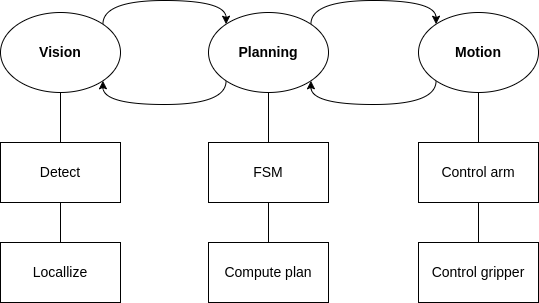
This is docs/tex/images/design-main.png from anhtuduong/UR5LegoVision, a draw.io export, as it was before one commit. Source tidied: cells renumbered, new cells last; positions are measured from the earlier drawing's top-left corner, leaving out a move shared by most shapes.
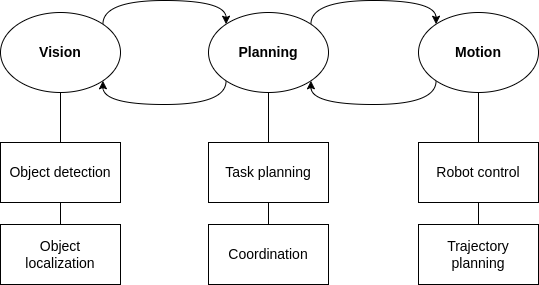
Above is the later version.

Diff of the diagram source:
```diff
@@ -43,11 +43,11 @@
     <mxCell id="8" value="&lt;font style=&quot;font-size: 14px;&quot;&gt;Planning&lt;/font&gt;" style="ellipse;whiteSpace=wrap;html=1;fontStyle=1;" parent="1" vertex="1">
       <mxGeometry x="208" y="12" width="120" height="80" as="geometry" />
     </mxCell>
-    <mxCell id="9" value="&lt;font style=&quot;font-size: 14px;&quot;&gt;Detect&lt;/font&gt;" style="rounded=0;whiteSpace=wrap;html=1;" parent="1" vertex="1">
+    <mxCell id="9" value="&lt;font style=&quot;font-size: 14px;&quot;&gt;Object detection&lt;/font&gt;" style="rounded=0;whiteSpace=wrap;html=1;" parent="1" vertex="1">
       <mxGeometry y="142" width="120" height="60" as="geometry" />
     </mxCell>
-    <mxCell id="10" value="&lt;font style=&quot;font-size: 14px;&quot;&gt;Locallize&lt;/font&gt;" style="rounded=0;whiteSpace=wrap;html=1;" parent="1" vertex="1">
-      <mxGeometry y="242" width="120" height="60" as="geometry" />
+    <mxCell id="10" value="&lt;font style=&quot;font-size: 14px;&quot;&gt;Object&lt;br&gt;localization&lt;/font&gt;" style="rounded=0;whiteSpace=wrap;html=1;" parent="1" vertex="1">
+      <mxGeometry y="224" width="120" height="60" as="geometry" />
     </mxCell>
     <mxCell id="11" style="endArrow=none;html=1;rounded=0;elbow=vertical;entryX=0.5;entryY=1;entryDx=0;entryDy=0;exitX=0.5;exitY=0;exitDx=0;exitDy=0;" parent="1" edge="1" source="9" target="5">
       <mxGeometry relative="1" as="geometry" />
@@ -55,11 +55,11 @@
     <mxCell id="12" style="endArrow=none;html=1;rounded=0;elbow=vertical;entryX=0.5;entryY=1;entryDx=0;entryDy=0;exitX=0.5;exitY=0;exitDx=0;exitDy=0;" parent="1" edge="1" source="10" target="9">
       <mxGeometry relative="1" as="geometry" />
     </mxCell>
-    <mxCell id="13" value="&lt;font style=&quot;font-size: 14px;&quot;&gt;FSM&lt;/font&gt;" style="rounded=0;whiteSpace=wrap;html=1;" parent="1" vertex="1">
+    <mxCell id="13" value="&lt;font style=&quot;font-size: 14px;&quot;&gt;Task planning&lt;/font&gt;" style="rounded=0;whiteSpace=wrap;html=1;" parent="1" vertex="1">
       <mxGeometry x="208" y="142" width="120" height="60" as="geometry" />
     </mxCell>
-    <mxCell id="14" value="&lt;font style=&quot;font-size: 14px;&quot;&gt;Compute plan&lt;/font&gt;" style="rounded=0;whiteSpace=wrap;html=1;" parent="1" vertex="1">
-      <mxGeometry x="208" y="242" width="120" height="60" as="geometry" />
+    <mxCell id="14" value="&lt;font style=&quot;font-size: 14px;&quot;&gt;Coordination&lt;/font&gt;" style="rounded=0;whiteSpace=wrap;html=1;" parent="1" vertex="1">
+      <mxGeometry x="208" y="224" width="120" height="60" as="geometry" />
     </mxCell>
     <mxCell id="15" style="endArrow=none;html=1;rounded=0;elbow=vertical;exitX=0.5;exitY=0;exitDx=0;exitDy=0;entryX=0.5;entryY=1;entryDx=0;entryDy=0;" parent="1" edge="1" source="13" target="8">
       <mxGeometry relative="1" as="geometry" />
@@ -67,11 +67,11 @@
     <mxCell id="16" style="endArrow=none;html=1;rounded=0;elbow=vertical;entryX=0.5;entryY=1;entryDx=0;entryDy=0;exitX=0.5;exitY=0;exitDx=0;exitDy=0;" parent="1" edge="1" source="14" target="13">
       <mxGeometry relative="1" as="geometry" />
     </mxCell>
-    <mxCell id="17" value="&lt;font style=&quot;font-size: 14px;&quot;&gt;Control arm&lt;/font&gt;" style="rounded=0;whiteSpace=wrap;html=1;" parent="1" vertex="1">
+    <mxCell id="17" value="&lt;font style=&quot;font-size: 14px;&quot;&gt;Robot control&lt;/font&gt;" style="rounded=0;whiteSpace=wrap;html=1;" parent="1" vertex="1">
       <mxGeometry x="418" y="142" width="120" height="60" as="geometry" />
     </mxCell>
-    <mxCell id="18" value="&lt;font style=&quot;font-size: 14px;&quot;&gt;Control gripper&lt;/font&gt;" style="rounded=0;whiteSpace=wrap;html=1;" parent="1" vertex="1">
-      <mxGeometry x="418" y="242" width="120" height="60" as="geometry" />
+    <mxCell id="18" value="&lt;font style=&quot;font-size: 14px;&quot;&gt;Trajectory planning&lt;/font&gt;" style="rounded=0;whiteSpace=wrap;html=1;" parent="1" vertex="1">
+      <mxGeometry x="418" y="224" width="120" height="60" as="geometry" />
     </mxCell>
     <mxCell id="19" style="endArrow=none;html=1;rounded=0;elbow=vertical;exitX=0.5;exitY=0;exitDx=0;exitDy=0;entryX=0.5;entryY=1;entryDx=0;entryDy=0;" parent="1" edge="1" source="17" target="3">
       <mxGeometry relative="1" as="geometry" />
```
